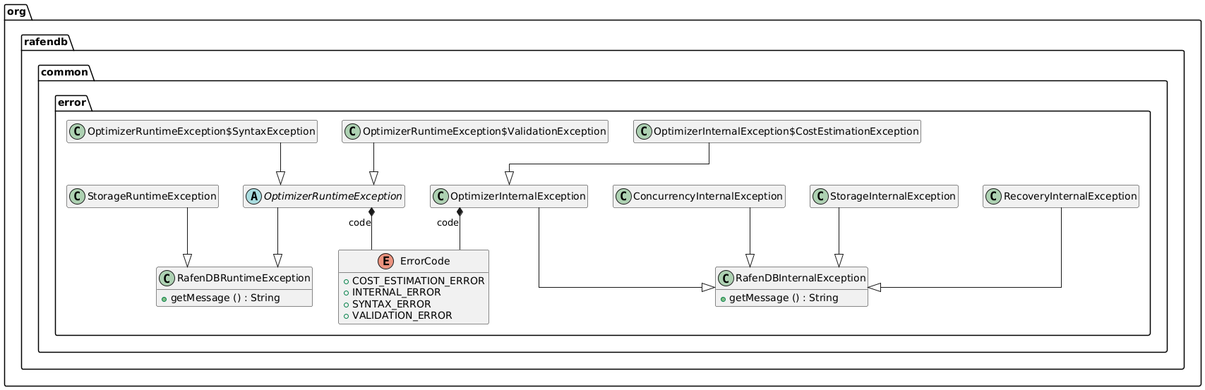
This is docs/generated/common/common-error.png from m-akma1/rafendb, a PlantUML export, as it was before one commit. Its source is kept beside it as docs/generated/common/common-error.puml.
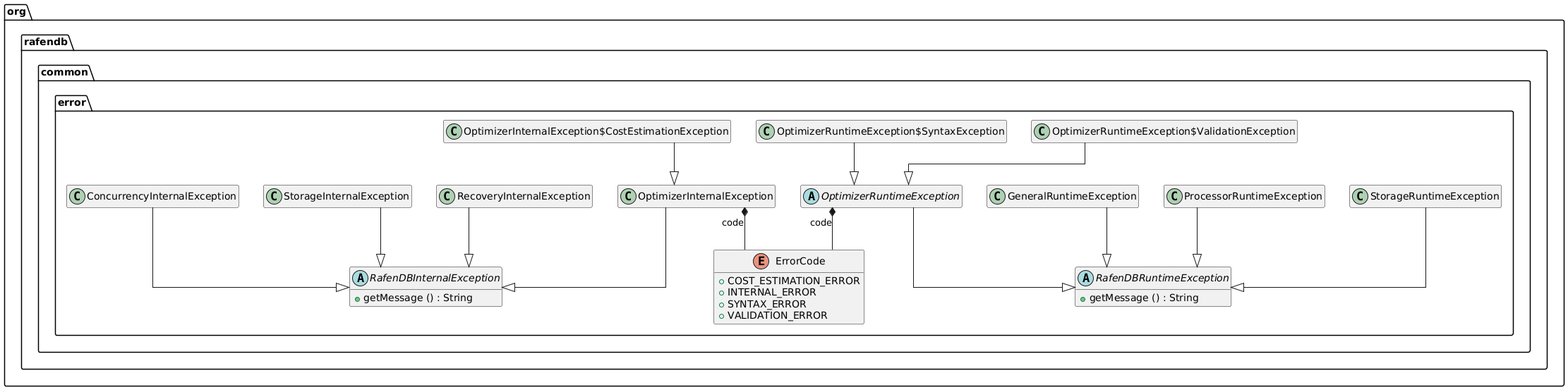
After the commit.

Commit message:
docs(super): update common error hierarchy diagram to include new exceptions

Diff of the diagram source:
```diff
@@ -14,6 +14,10 @@
 	{field} +INTERNAL_ERROR
 	{field} +SYNTAX_ERROR
 	{field} +VALIDATION_ERROR
+}
+
+
+class org.rafendb.common.error.GeneralRuntimeException {
 }
 
 
@@ -37,12 +41,16 @@
 }
 
 
-class org.rafendb.common.error.RafenDBInternalException {
+class org.rafendb.common.error.ProcessorRuntimeException {
+}
+
+
+abstract class org.rafendb.common.error.RafenDBInternalException {
 	{method} +getMessage () : String
 }
 
 
-class org.rafendb.common.error.RafenDBRuntimeException {
+abstract class org.rafendb.common.error.RafenDBRuntimeException {
 	{method} +getMessage () : String
 }
 
@@ -62,6 +70,7 @@
 
 
 org.rafendb.common.error.ConcurrencyInternalException --|>  org.rafendb.common.error.RafenDBInternalException
+org.rafendb.common.error.GeneralRuntimeException --|>  org.rafendb.common.error.RafenDBRuntimeException
 org.rafendb.common.error.OptimizerInternalException *--  org.rafendb.common.error.ErrorCode : code
 org.rafendb.common.error.OptimizerInternalException --|>  org.rafendb.common.error.RafenDBInternalException
 org.rafendb.common.error.OptimizerInternalException$CostEstimationException --|>  org.rafendb.common.error.OptimizerInternalException
@@ -69,6 +78,7 @@
 org.rafendb.common.error.OptimizerRuntimeException --|>  org.rafendb.common.error.RafenDBRuntimeException
 org.rafendb.common.error.OptimizerRuntimeException$SyntaxException --|>  org.rafendb.common.error.OptimizerRuntimeException
 org.rafendb.common.error.OptimizerRuntimeException$ValidationException --|>  org.rafendb.common.error.OptimizerRuntimeException
+org.rafendb.common.error.ProcessorRuntimeException --|>  org.rafendb.common.error.RafenDBRuntimeException
 org.rafendb.common.error.RecoveryInternalException --|>  org.rafendb.common.error.RafenDBInternalException
 org.rafendb.common.error.StorageInternalException --|>  org.rafendb.common.error.RafenDBInternalException
 org.rafendb.common.error.StorageRuntimeException --|>  org.rafendb.common.error.RafenDBRuntimeException
```
